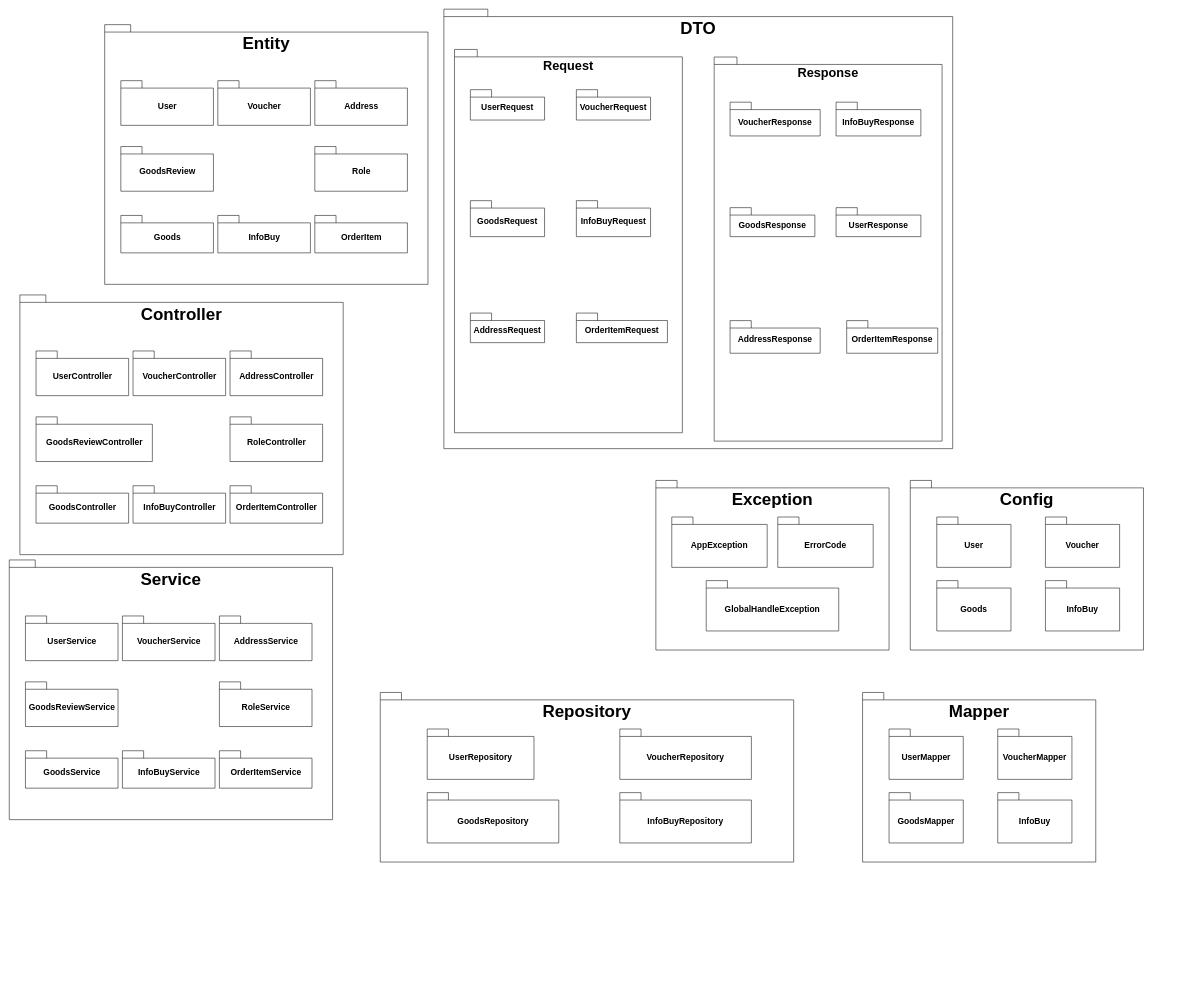
The draw.io diagram Package_PTHT.drawio in HARKINGS/UML, before the edit. Source tidied: cells renumbered, new cells numbered last; positions are measured from the earlier drawing's top-left corner, leaving out a move shared by most shapes. Both pictures are drawn from the tidied source at 53%, with x=0, y=0 at pixel (9, 9).
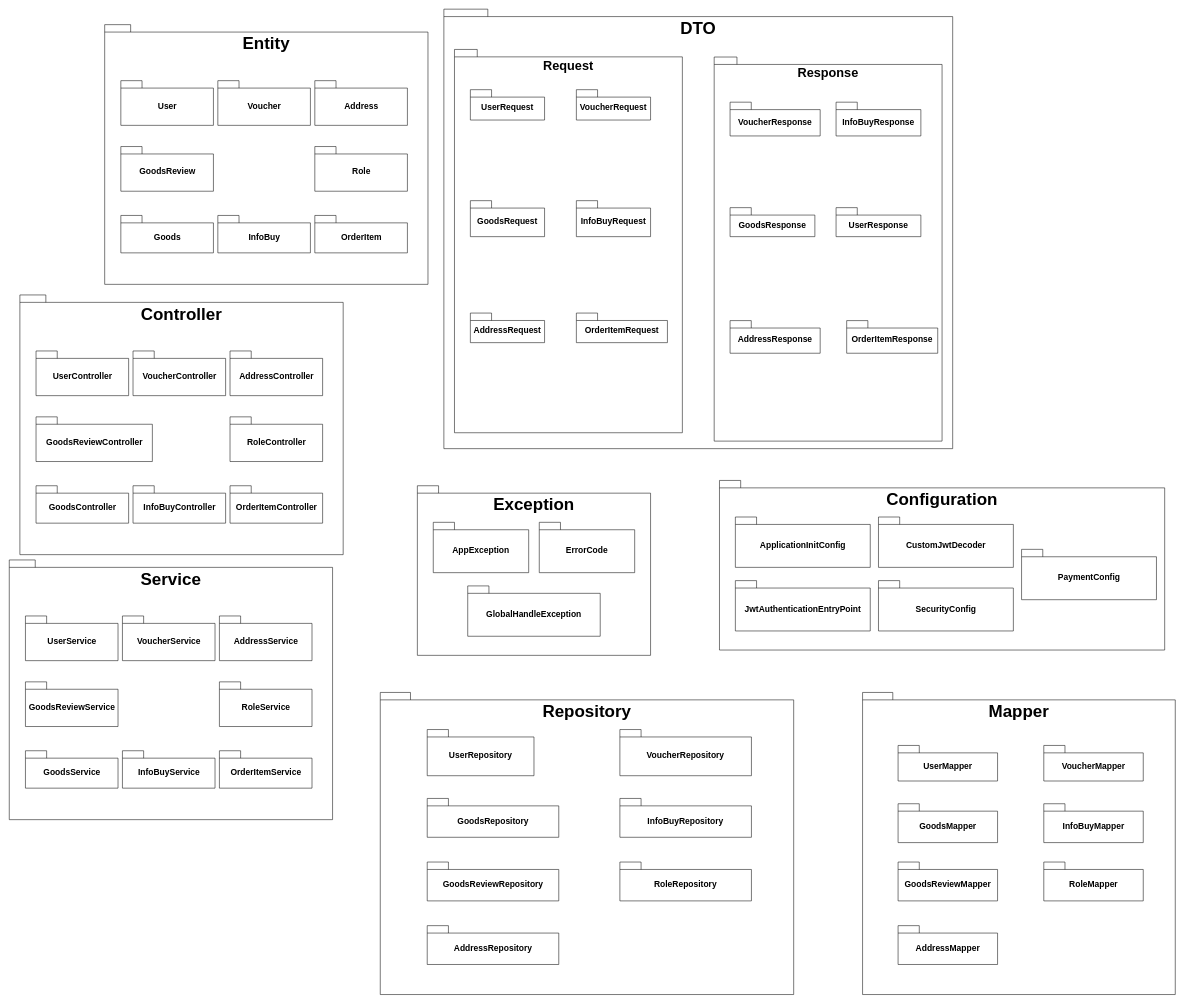
After the change.

Commit message (it also covers changes not shown here):
Cập nhật Package_PTHT.drawio

What changed in the source:
```diff
@@
     <mxCell id="28" style="group;" parent="1" vertex="1">
-      <mxGeometry x="1700" y="889" width="440" height="320" as="geometry" />
+      <mxGeometry x="1340" y="889" width="840" height="320" as="geometry" />
     </mxCell>
-    <mxCell id="29" value="Config" style="shape=folder;fontStyle=1;spacingTop=10;tabWidth=40;tabHeight=14;tabPosition=left;html=1;whiteSpace=wrap;verticalAlign=top;fontSize=32;" parent="28" vertex="1">
-      <mxGeometry width="440" height="320" as="geometry" />
+    <mxCell id="29" value="Configuration" style="shape=folder;fontStyle=1;spacingTop=10;tabWidth=40;tabHeight=14;tabPosition=left;html=1;whiteSpace=wrap;verticalAlign=top;fontSize=32;" parent="28" vertex="1">
+      <mxGeometry width="840" height="320" as="geometry" />
     </mxCell>
-    <mxCell id="30" value="User" style="shape=folder;fontStyle=1;spacingTop=10;tabWidth=40;tabHeight=14;tabPosition=left;html=1;whiteSpace=wrap;fontSize=16;" parent="28" vertex="1">
-      <mxGeometry x="50" y="69" width="140" height="95" as="geometry" />
+    <mxCell id="30" value="ApplicationInitConfig" style="shape=folder;fontStyle=1;spacingTop=10;tabWidth=40;tabHeight=14;tabPosition=left;html=1;whiteSpace=wrap;fontSize=16;" parent="28" vertex="1">
+      <mxGeometry x="30" y="69" width="254.5" height="95" as="geometry" />
     </mxCell>
-    <mxCell id="31" value="Voucher" style="shape=folder;fontStyle=1;spacingTop=10;tabWidth=40;tabHeight=14;tabPosition=left;html=1;whiteSpace=wrap;fontSize=16;" parent="28" vertex="1">
-      <mxGeometry x="255" y="69" width="140" height="95" as="geometry" />
+    <mxCell id="31" value="CustomJwtDecoder" style="shape=folder;fontStyle=1;spacingTop=10;tabWidth=40;tabHeight=14;tabPosition=left;html=1;whiteSpace=wrap;fontSize=16;" parent="28" vertex="1">
+      <mxGeometry x="300" y="69" width="254.5" height="95" as="geometry" />
     </mxCell>
-    <mxCell id="32" value="InfoBuy" style="shape=folder;fontStyle=1;spacingTop=10;tabWidth=40;tabHeight=14;tabPosition=left;html=1;whiteSpace=wrap;fontSize=16;" parent="28" vertex="1">
-      <mxGeometry x="255" y="189" width="140" height="95" as="geometry" />
+    <mxCell id="32" value="SecurityConfig" style="shape=folder;fontStyle=1;spacingTop=10;tabWidth=40;tabHeight=14;tabPosition=left;html=1;whiteSpace=wrap;fontSize=16;" parent="28" vertex="1">
+      <mxGeometry x="300" y="189" width="254.5" height="95" as="geometry" />
     </mxCell>
-    <mxCell id="33" value="Goods" style="shape=folder;fontStyle=1;spacingTop=10;tabWidth=40;tabHeight=14;tabPosition=left;html=1;whiteSpace=wrap;fontSize=16;" parent="28" vertex="1">
-      <mxGeometry x="50" y="189" width="140" height="95" as="geometry" />
+    <mxCell id="33" value="JwtAuthenticationEntryPoint" style="shape=folder;fontStyle=1;spacingTop=10;tabWidth=40;tabHeight=14;tabPosition=left;html=1;whiteSpace=wrap;fontSize=16;" parent="28" vertex="1">
+      <mxGeometry x="30" y="189" width="254.5" height="95" as="geometry" />
     </mxCell>
+    <mxCell id="71" value="PaymentConfig" style="shape=folder;fontStyle=1;spacingTop=10;tabWidth=40;tabHeight=14;tabPosition=left;html=1;whiteSpace=wrap;fontSize=16;" parent="28" vertex="1">
+      <mxGeometry x="570" y="130" width="254.5" height="95" as="geometry" />
+    </mxCell>
     <mxCell id="34" style="group;" parent="1" vertex="1">
-      <mxGeometry x="1220" y="889" width="440" height="320" as="geometry" />
+      <mxGeometry x="770" y="899" width="440" height="320" as="geometry" />
     </mxCell>
@@
     <mxCell id="39" style="group;" parent="1" vertex="1">
-      <mxGeometry x="700" y="1289" width="780" height="320" as="geometry" />
+      <mxGeometry x="700" y="1289" width="780" height="570" as="geometry" />
     </mxCell>
     <mxCell id="40" value="Repository" style="shape=folder;fontStyle=1;spacingTop=10;tabWidth=40;tabHeight=14;tabPosition=left;html=1;whiteSpace=wrap;verticalAlign=top;fontSize=32;" parent="39" vertex="1">
-      <mxGeometry width="780" height="320" as="geometry" />
+      <mxGeometry width="780" height="570" as="geometry" />
     </mxCell>
     <mxCell id="41" value="UserRepository" style="shape=folder;fontStyle=1;spacingTop=10;tabWidth=40;tabHeight=14;tabPosition=left;html=1;whiteSpace=wrap;fontSize=16;" parent="39" vertex="1">
-      <mxGeometry x="88.6" y="69" width="201.4" height="95" as="geometry" />
+      <mxGeometry x="88.6" y="70" width="201.4" height="87.1" as="geometry" />
     </mxCell>
     <mxCell id="42" value="VoucherRepository" style="shape=folder;fontStyle=1;spacingTop=10;tabWidth=40;tabHeight=14;tabPosition=left;html=1;whiteSpace=wrap;fontSize=16;" parent="39" vertex="1">
-      <mxGeometry x="452" y="69" width="248.2" height="95" as="geometry" />
+      <mxGeometry x="452.1" y="70" width="248.2" height="87.1" as="geometry" />
     </mxCell>
     <mxCell id="43" value="InfoBuyRepository" style="shape=folder;fontStyle=1;spacingTop=10;tabWidth=40;tabHeight=14;tabPosition=left;html=1;whiteSpace=wrap;fontSize=16;" parent="39" vertex="1">
-      <mxGeometry x="452" y="189" width="248.2" height="95" as="geometry" />
+      <mxGeometry x="452.1" y="200" width="248.2" height="73.3" as="geometry" />
     </mxCell>
     <mxCell id="44" value="GoodsRepository" style="shape=folder;fontStyle=1;spacingTop=10;tabWidth=40;tabHeight=14;tabPosition=left;html=1;whiteSpace=wrap;fontSize=16;" parent="39" vertex="1">
-      <mxGeometry x="88.6" y="189" width="248.2" height="95" as="geometry" />
+      <mxGeometry x="88.6" y="200" width="248.2" height="73.3" as="geometry" />
     </mxCell>
+    <mxCell id="72" value="GoodsReviewRepository" style="shape=folder;fontStyle=1;spacingTop=10;tabWidth=40;tabHeight=14;tabPosition=left;html=1;whiteSpace=wrap;fontSize=16;" parent="39" vertex="1">
+      <mxGeometry x="88.6" y="320" width="248.2" height="73.3" as="geometry" />
+    </mxCell>
+    <mxCell id="73" value="RoleRepository" style="shape=folder;fontStyle=1;spacingTop=10;tabWidth=40;tabHeight=14;tabPosition=left;html=1;whiteSpace=wrap;fontSize=16;" parent="39" vertex="1">
+      <mxGeometry x="452.1" y="320" width="248.2" height="73.3" as="geometry" />
+    </mxCell>
+    <mxCell id="74" value="AddressRepository" style="shape=folder;fontStyle=1;spacingTop=10;tabWidth=40;tabHeight=14;tabPosition=left;html=1;whiteSpace=wrap;fontSize=16;" parent="39" vertex="1">
+      <mxGeometry x="88.6" y="440" width="248.2" height="73.3" as="geometry" />
+    </mxCell>
     <mxCell id="45" style="group;" parent="1" vertex="1">
-      <mxGeometry x="1610" y="1289" width="440" height="320" as="geometry" />
+      <mxGeometry x="1610" y="1289" width="590" height="570" as="geometry" />
     </mxCell>
     <mxCell id="46" value="Mapper" style="shape=folder;fontStyle=1;spacingTop=10;tabWidth=40;tabHeight=14;tabPosition=left;html=1;whiteSpace=wrap;verticalAlign=top;fontSize=32;" parent="45" vertex="1">
-      <mxGeometry width="440" height="320" as="geometry" />
+      <mxGeometry width="590" height="570" as="geometry" />
     </mxCell>
     <mxCell id="47" value="UserMapper" style="shape=folder;fontStyle=1;spacingTop=10;tabWidth=40;tabHeight=14;tabPosition=left;html=1;whiteSpace=wrap;fontSize=16;" parent="45" vertex="1">
-      <mxGeometry x="50" y="69" width="140" height="95" as="geometry" />
+      <mxGeometry x="67" y="100" width="187.7" height="67.1" as="geometry" />
     </mxCell>
     <mxCell id="48" value="VoucherMapper" style="shape=folder;fontStyle=1;spacingTop=10;tabWidth=40;tabHeight=14;tabPosition=left;html=1;whiteSpace=wrap;fontSize=16;" parent="45" vertex="1">
-      <mxGeometry x="255" y="69" width="140" height="95" as="geometry" />
+      <mxGeometry x="341.9" y="100" width="187.7" height="67.1" as="geometry" />
     </mxCell>
-    <mxCell id="49" value="InfoBuy" style="shape=folder;fontStyle=1;spacingTop=10;tabWidth=40;tabHeight=14;tabPosition=left;html=1;whiteSpace=wrap;fontSize=16;" parent="45" vertex="1">
-      <mxGeometry x="255" y="189" width="140" height="95" as="geometry" />
+    <mxCell id="49" value="InfoBuyMapper" style="shape=folder;fontStyle=1;spacingTop=10;tabWidth=40;tabHeight=14;tabPosition=left;html=1;whiteSpace=wrap;fontSize=16;" parent="45" vertex="1">
+      <mxGeometry x="341.9" y="210" width="187.7" height="73.3" as="geometry" />
     </mxCell>
     <mxCell id="50" value="GoodsMapper" style="shape=folder;fontStyle=1;spacingTop=10;tabWidth=40;tabHeight=14;tabPosition=left;html=1;whiteSpace=wrap;fontSize=16;" parent="45" vertex="1">
-      <mxGeometry x="50" y="189" width="140" height="95" as="geometry" />
+      <mxGeometry x="67" y="210" width="187.7" height="73.3" as="geometry" />
     </mxCell>
+    <mxCell id="75" value="GoodsReviewMapper" style="shape=folder;fontStyle=1;spacingTop=10;tabWidth=40;tabHeight=14;tabPosition=left;html=1;whiteSpace=wrap;fontSize=16;" parent="45" vertex="1">
+      <mxGeometry x="67" y="320" width="187.7" height="73.3" as="geometry" />
+    </mxCell>
+    <mxCell id="76" value="RoleMapper" style="shape=folder;fontStyle=1;spacingTop=10;tabWidth=40;tabHeight=14;tabPosition=left;html=1;whiteSpace=wrap;fontSize=16;" parent="45" vertex="1">
+      <mxGeometry x="341.9" y="320" width="187.7" height="73.3" as="geometry" />
+    </mxCell>
+    <mxCell id="77" value="AddressMapper" style="shape=folder;fontStyle=1;spacingTop=10;tabWidth=40;tabHeight=14;tabPosition=left;html=1;whiteSpace=wrap;fontSize=16;" parent="45" vertex="1">
+      <mxGeometry x="67" y="440" width="187.7" height="73.3" as="geometry" />
+    </mxCell>
```
